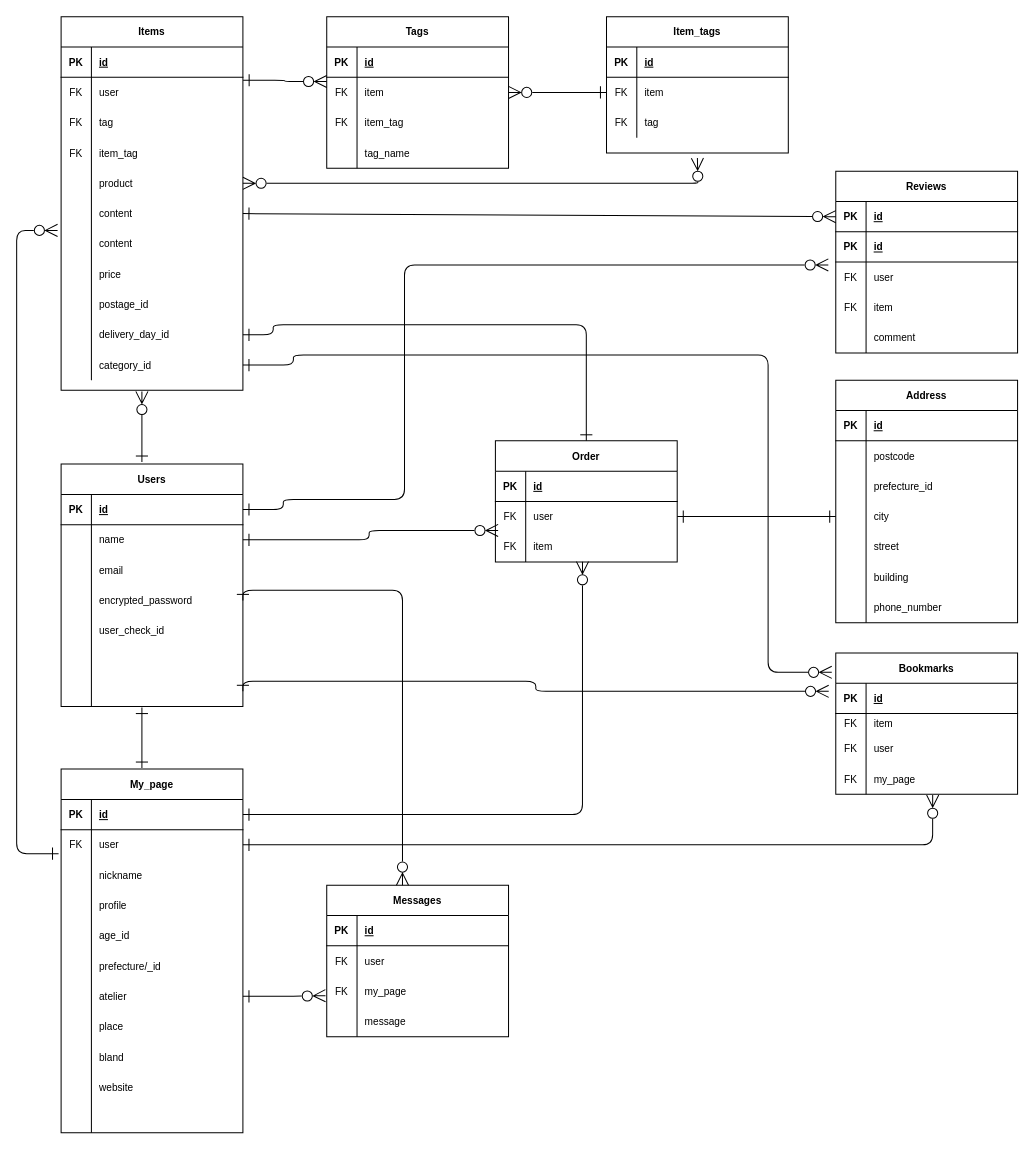
This is er.dio from snocoh/original_app, a draw.io file, before an edit. Source tidied: cells renumbered, new cells numbered last; positions are measured from the earlier drawing's top-left corner, leaving out a move shared by most shapes. Both pictures are drawn from the tidied source at 101%, with x=0, y=0 at pixel (16, 16).
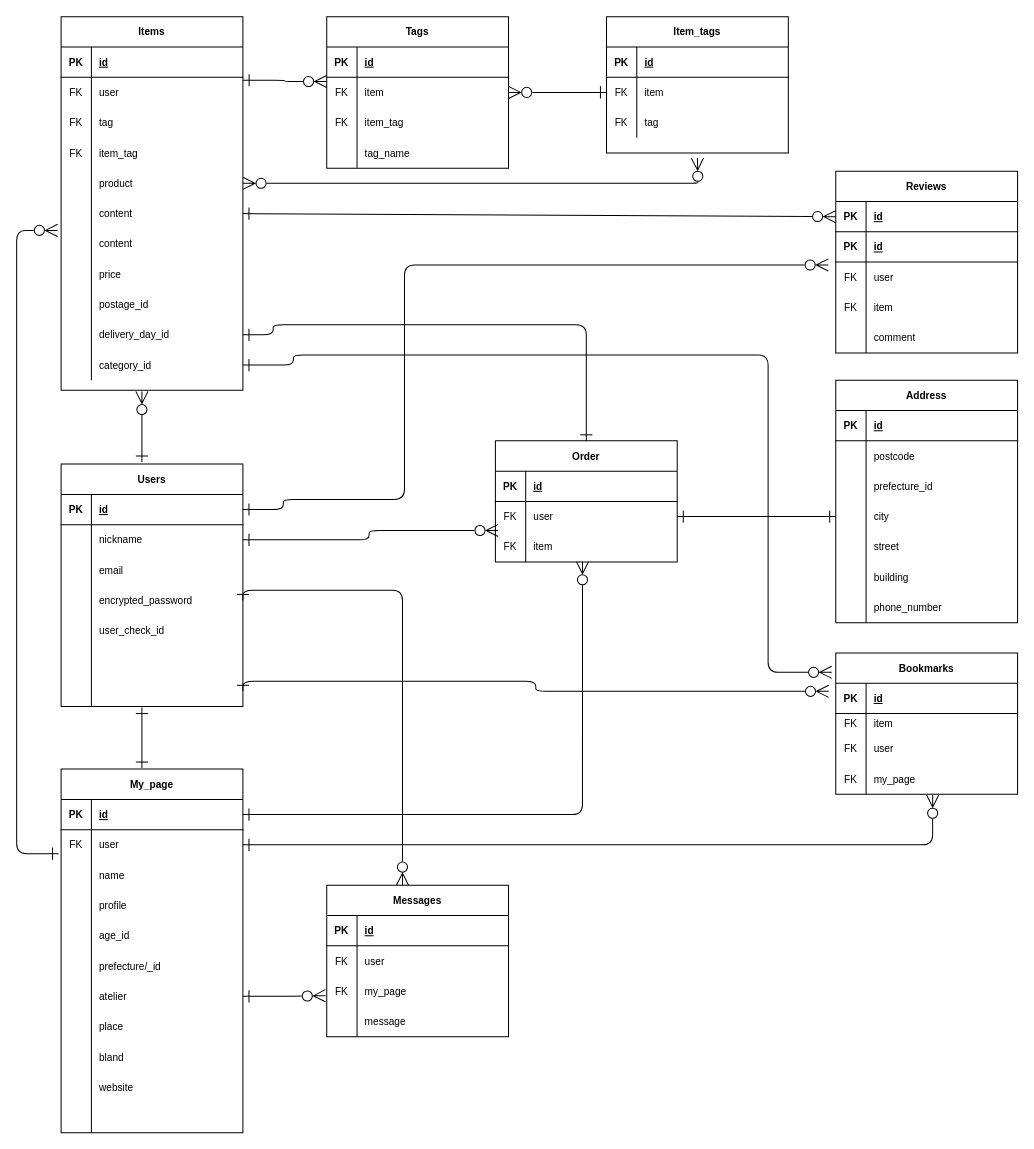
The same diagram, later.

Unchanged cells that the change refers to:
```xml
<mxCell id="8" style="shape=tableRow;horizontal=0;startSize=0;swimlaneHead=0;swimlaneBody=0;fillColor=none;points=[[0,0.5],[1,0.5]];portConstraint=eastwest;top=0;left=0;right=0;bottom=0;fontSize=10;" parent="4" vertex="1">
  <mxGeometry y="60" width="180" height="30" as="geometry" />
</mxCell>
<mxCell id="165" style="shape=tableRow;horizontal=0;startSize=0;swimlaneHead=0;swimlaneBody=0;fillColor=none;top=0;left=0;right=0;bottom=0;fontSize=10;" parent="158" vertex="1">
  <mxGeometry y="90" width="180" height="30" as="geometry" />
</mxCell>
```

Diff of the diagram source:
```diff
@@
-    <mxCell id="10" value="name" style="shape=partialRectangle;fillColor=none;top=0;left=0;bottom=0;right=0;align=left;spacingLeft=6;overflow=hidden;fontSize=10;" parent="8" vertex="1">
+    <mxCell id="10" value="nickname" style="shape=partialRectangle;fillColor=none;top=0;left=0;bottom=0;right=0;align=left;spacingLeft=6;overflow=hidden;fontSize=10;" parent="8" vertex="1">
       <mxGeometry x="30" width="150" height="30" as="geometry" />
     </mxCell>
@@
-    <mxCell id="167" value="nickname" style="shape=partialRectangle;fillColor=none;top=0;left=0;bottom=0;right=0;align=left;spacingLeft=6;overflow=hidden;fontSize=10;" parent="165" vertex="1">
+    <mxCell id="167" value="name" style="shape=partialRectangle;fillColor=none;top=0;left=0;bottom=0;right=0;align=left;spacingLeft=6;overflow=hidden;fontSize=10;" parent="165" vertex="1">
       <mxGeometry x="30" width="150" height="30" as="geometry" />
     </mxCell>
```
